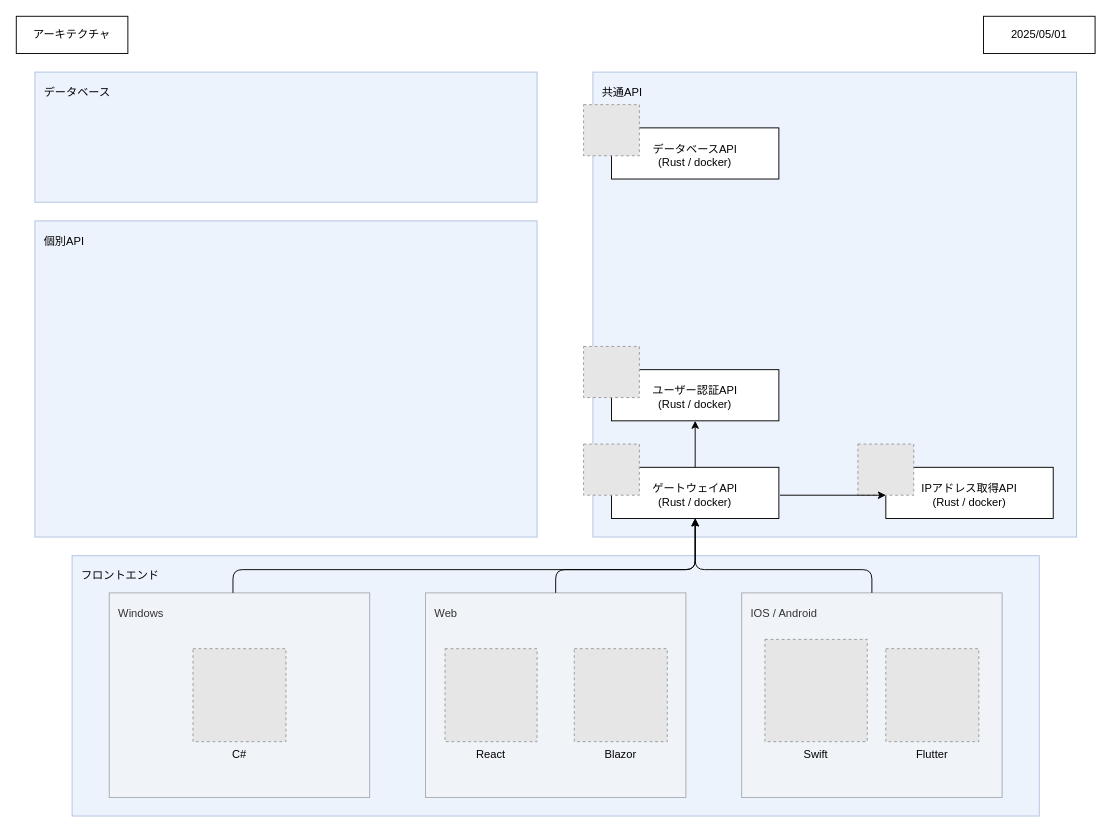
Earlier version of the draw.io diagram doc/開発/img/構想図.drawio (RyuheiKiso/rust). Source tidied: cells renumbered, new cells numbered last; positions are measured from the earlier drawing's top-left corner, leaving out a move shared by most shapes. Both pictures are drawn from the tidied source at 93%, with x=0, y=0 at pixel (16, 16). Pictures stored in the file or linked from it are replaced by grey dashed boxes.
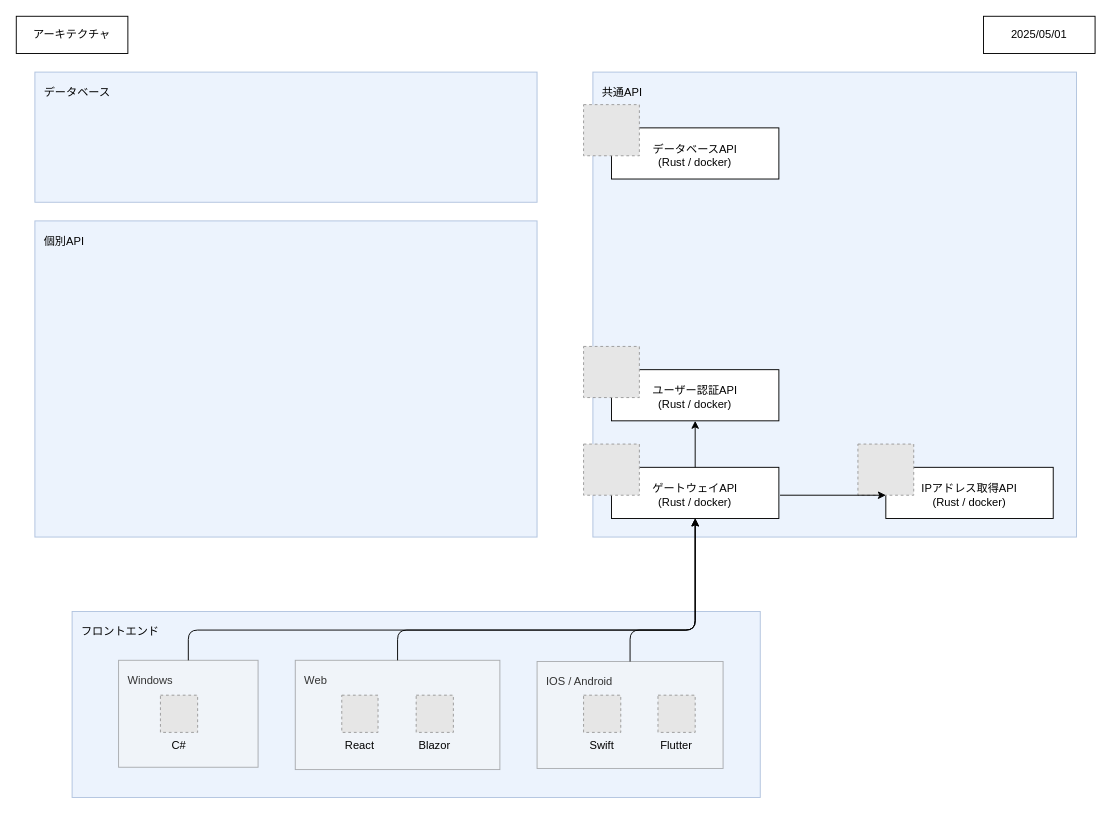
The same diagram, later.

Commit message (it also covers changes not shown here):
Refactor code structure for improved readability and maintainability

The change refers to these unchanged cells:
```xml
<mxCell id="16" value="ゲートウェイAPI&lt;div&gt;(Rust / docker)&lt;/div&gt;" style="rounded=0;whiteSpace=wrap;html=1;verticalAlign=bottom;spacing=10;" parent="1" vertex="1">
  <mxGeometry x="640" y="485" width="180" height="55" as="geometry" />
</mxCell>
```

The edit, as a diff of the source:
```diff
@@
     <mxCell id="3" value="フロントエンド" style="rounded=0;whiteSpace=wrap;html=1;opacity=50;fillColor=#dae8fc;strokeColor=#6c8ebf;align=left;verticalAlign=top;spacing=10;" parent="1" vertex="1">
-      <mxGeometry x="60" y="580" width="1040" height="280" as="geometry" />
+      <mxGeometry x="60" y="640" width="740" height="200" as="geometry" />
     </mxCell>
@@
     <mxCell id="8" value="Windows" style="rounded=0;whiteSpace=wrap;html=1;align=left;verticalAlign=top;spacing=10;fillColor=#f5f5f5;strokeColor=#666666;fontColor=#333333;opacity=50;" parent="1" vertex="1">
-      <mxGeometry x="100" y="620" width="280" height="220" as="geometry" />
+      <mxGeometry x="110" y="692.5" width="150" height="115" as="geometry" />
     </mxCell>
     <mxCell id="9" value="Web" style="rounded=0;whiteSpace=wrap;html=1;align=left;verticalAlign=top;spacing=10;fillColor=#f5f5f5;fontColor=#333333;strokeColor=#666666;opacity=50;" parent="1" vertex="1">
-      <mxGeometry x="440" y="620" width="280" height="220" as="geometry" />
+      <mxGeometry x="300" y="692.5" width="220" height="117.5" as="geometry" />
     </mxCell>
     <mxCell id="10" value="IOS / Android" style="rounded=0;whiteSpace=wrap;html=1;align=left;verticalAlign=top;spacing=10;fillColor=#f5f5f5;fontColor=#333333;strokeColor=#666666;opacity=50;" parent="1" vertex="1">
-      <mxGeometry x="780" y="620" width="280" height="220" as="geometry" />
+      <mxGeometry x="560" y="693.8" width="200" height="115" as="geometry" />
     </mxCell>
     <mxCell id="11" value="C#" style="fillColor=#E6E6E6;strokeColor=#999999;dashed=1;verticalLabelPosition=bottom;verticalAlign=top;" parent="1" vertex="1">
-      <mxGeometry x="190" y="680" width="100" height="100" as="geometry" />
+      <mxGeometry x="155" y="730" width="40" height="40" as="geometry" />
     </mxCell>
     <mxCell id="12" value="React" style="fillColor=#E6E6E6;strokeColor=#999999;dashed=1;verticalLabelPosition=bottom;verticalAlign=top;" parent="1" vertex="1">
-      <mxGeometry x="461" y="680" width="99" height="100" as="geometry" />
+      <mxGeometry x="350" y="730" width="39" height="40" as="geometry" />
     </mxCell>
     <mxCell id="13" value="Blazor" style="fillColor=#E6E6E6;strokeColor=#999999;dashed=1;verticalLabelPosition=bottom;verticalAlign=top;" parent="1" vertex="1">
-      <mxGeometry x="600" y="680" width="100" height="100" as="geometry" />
+      <mxGeometry x="430" y="730" width="40" height="40" as="geometry" />
     </mxCell>
     <mxCell id="14" value="Swift" style="fillColor=#E6E6E6;strokeColor=#999999;dashed=1;verticalLabelPosition=bottom;verticalAlign=top;" parent="1" vertex="1">
-      <mxGeometry x="805" y="670" width="110" height="110" as="geometry" />
+      <mxGeometry x="610" y="730" width="40" height="40" as="geometry" />
     </mxCell>
     <mxCell id="15" value="Flutter" style="fillColor=#E6E6E6;strokeColor=#999999;dashed=1;verticalLabelPosition=bottom;verticalAlign=top;" parent="1" vertex="1">
-      <mxGeometry x="935" y="680" width="100" height="100" as="geometry" />
+      <mxGeometry x="690" y="730" width="40" height="40" as="geometry" />
     </mxCell>
@@
-    <mxCell id="18" style="endArrow=classic;html=1;entryX=0.5;entryY=1;entryDx=0;entryDy=0;" parent="1" edge="1" target="16">
+    <mxCell id="18" style="endArrow=classic;html=1;entryX=0.5;entryY=1;entryDx=0;entryDy=0;exitX=0.5;exitY=0;exitDx=0;exitDy=0;" parent="1" edge="1" source="8" target="16">
       <mxGeometry relative="1" as="geometry">
-        <mxPoint x="233" y="620" as="sourcePoint" />
         <Array as="points">
-          <mxPoint x="233" y="595" />
-          <mxPoint x="730" y="595" />
+          <mxPoint x="185" y="660" />
+          <mxPoint x="730" y="660" />
         </Array>
       </mxGeometry>
     </mxCell>
     <mxCell id="19" style="endArrow=classic;html=1;entryX=0.5;entryY=1;entryDx=0;entryDy=0;exitX=0.5;exitY=0;exitDx=0;exitDy=0;" parent="1" edge="1" source="9" target="16">
       <mxGeometry relative="1" as="geometry">
         <Array as="points">
-          <mxPoint x="580" y="595" />
-          <mxPoint x="730" y="595" />
+          <mxPoint x="410" y="660" />
+          <mxPoint x="730" y="660" />
         </Array>
       </mxGeometry>
     </mxCell>
     <mxCell id="20" style="endArrow=classic;html=1;entryX=0.5;entryY=1;entryDx=0;entryDy=0;exitX=0.5;exitY=0;exitDx=0;exitDy=0;" parent="1" edge="1" source="10" target="16">
       <mxGeometry relative="1" as="geometry">
         <Array as="points">
-          <mxPoint x="920" y="595" />
-          <mxPoint x="730" y="595" />
+          <mxPoint x="660" y="660" />
+          <mxPoint x="730" y="660" />
         </Array>
       </mxGeometry>
     </mxCell>
```
